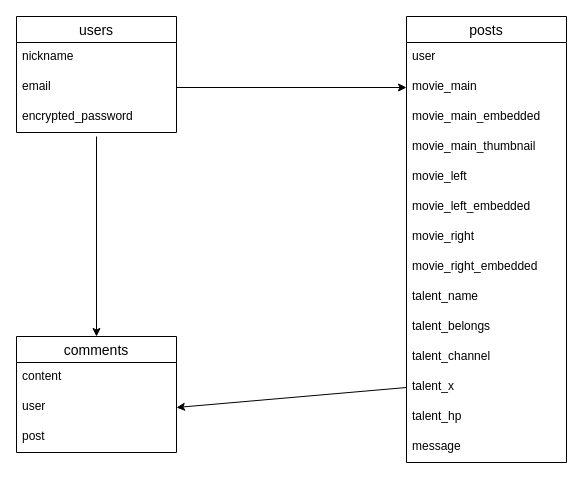
Above: page "ページ1" (1 of 2) of vlinker.dio in ryotaro960/vlinker (draw.io), before the change. Source tidied: cells renumbered, new cells numbered last; positions are measured from the earlier drawing's top-left corner, leaving out a move shared by most shapes. Both pictures are drawn from the tidied source at 100%, with x=0, y=0 at pixel (16, 16).
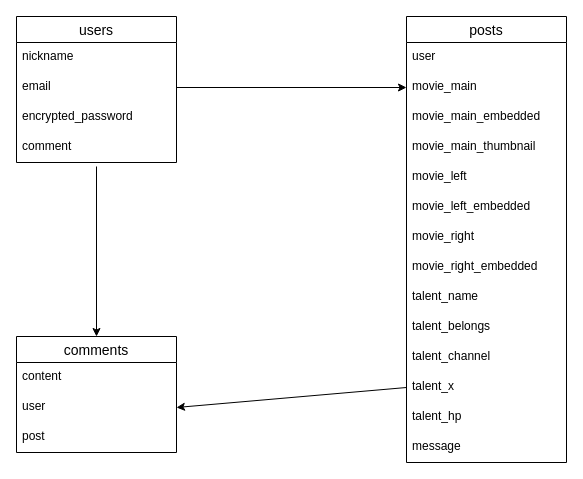
The same diagram, later.

The change refers to these unchanged cells:
```xml
<mxCell id="21" value="comments" style="swimlane;fontStyle=0;horizontal=1;startSize=26;align=center;fontSize=14;" parent="1" vertex="1">
  <mxGeometry y="320" width="160" height="116" as="geometry" />
</mxCell>
```

Diff of the diagram source:
```diff
@@
     <mxCell id="2" value="users" style="swimlane;fontStyle=0;horizontal=1;startSize=26;align=center;fontSize=14;" parent="1" vertex="1">
-      <mxGeometry width="160" height="116" as="geometry" />
+      <mxGeometry width="160" height="146" as="geometry" />
     </mxCell>
@@
+    <mxCell id="28" value="comment" style="text;strokeColor=none;fillColor=none;spacingLeft=4;spacingRight=4;overflow=hidden;fontSize=12;" parent="2" vertex="1">
+      <mxGeometry y="116" width="160" height="30" as="geometry" />
+    </mxCell>
@@
     <mxCell id="26" style="edgeStyle=none;html=1;entryX=0.5;entryY=0;entryDx=0;entryDy=0;" parent="1" edge="1" target="21">
       <mxGeometry relative="1" as="geometry">
-        <mxPoint x="80" y="120" as="sourcePoint" />
+        <mxPoint x="80" y="150" as="sourcePoint" />
       </mxGeometry>
     </mxCell>
```
